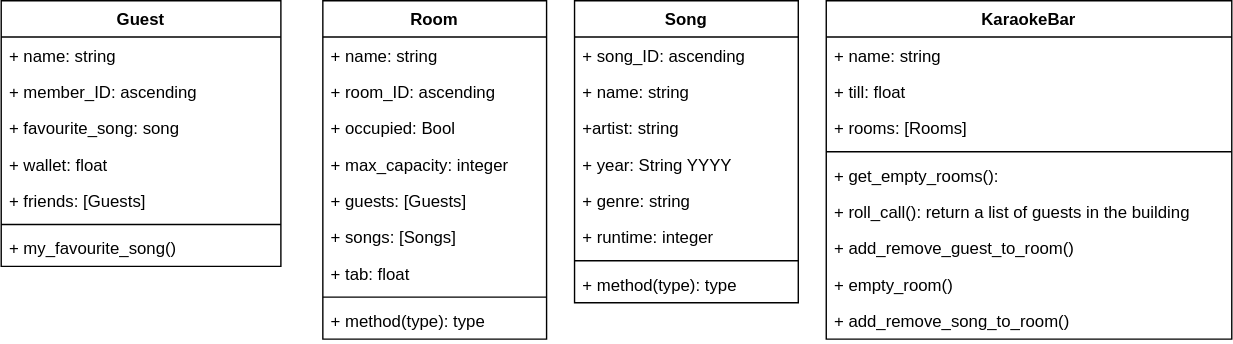
This is classes and planning.drawio.svg from randomlyalex-codeclan/CCC, a draw.io export, as it was before one commit. Source tidied: cells renumbered, new cells last; positions are measured from the earlier drawing's top-left corner, leaving out a move shared by most shapes.
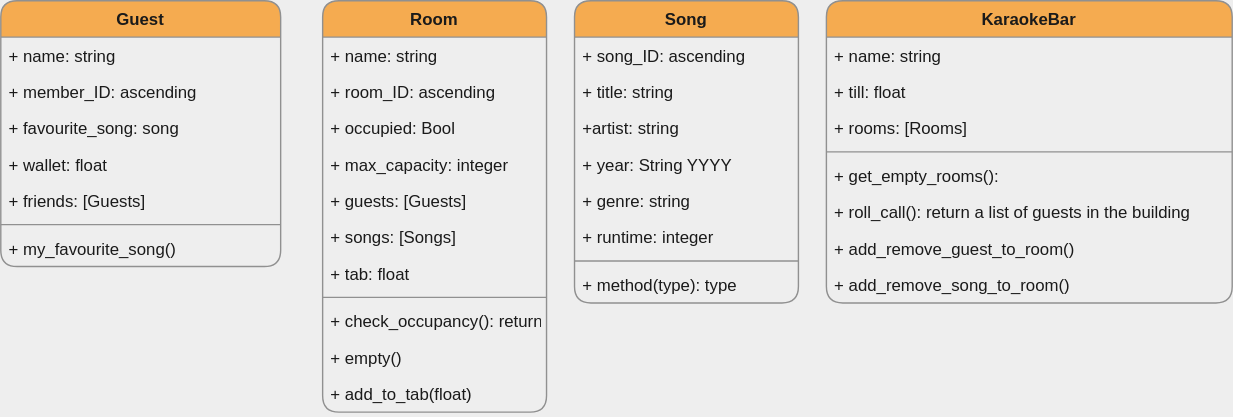
Above is the later version.

Commit message:
room tests and code added to

The edit, as a diff of the source:
```diff
@@ -1,116 +1,119 @@
-<mxGraphModel>
+<mxGraphModel background="#EEEEEE">
   <root>
     <mxCell id="0" />
     <mxCell id="1" parent="0" />
-    <mxCell id="2" value="Room" style="swimlane;fontStyle=1;align=center;verticalAlign=top;horizontal=1;startSize=26;" parent="1" vertex="1">
-      <mxGeometry x="230" width="160" height="242" as="geometry" />
+    <mxCell id="2" value="Room" style="swimlane;fontStyle=1;align=center;verticalAlign=top;horizontal=1;startSize=26;rounded=1;fillColor=#F5AB50;strokeColor=#909090;fontColor=#1A1A1A;" parent="1" vertex="1">
+      <mxGeometry x="230" width="160" height="294" as="geometry" />
     </mxCell>
-    <mxCell id="3" value="+ name: string" style="text;strokeColor=none;fillColor=none;align=left;verticalAlign=top;spacingLeft=4;spacingRight=4;overflow=hidden;" parent="2" vertex="1">
+    <mxCell id="3" value="+ name: string" style="text;strokeColor=none;fillColor=none;align=left;verticalAlign=top;spacingLeft=4;spacingRight=4;overflow=hidden;rounded=1;fontColor=#1A1A1A;" parent="2" vertex="1">
       <mxGeometry y="26" width="160" height="26" as="geometry" />
     </mxCell>
-    <mxCell id="4" value="+ room_ID: ascending" style="text;strokeColor=none;fillColor=none;align=left;verticalAlign=top;spacingLeft=4;spacingRight=4;overflow=hidden;" parent="2" vertex="1">
+    <mxCell id="4" value="+ room_ID: ascending" style="text;strokeColor=none;fillColor=none;align=left;verticalAlign=top;spacingLeft=4;spacingRight=4;overflow=hidden;rounded=1;fontColor=#1A1A1A;" parent="2" vertex="1">
       <mxGeometry y="52" width="160" height="26" as="geometry" />
     </mxCell>
-    <mxCell id="5" value="+ occupied: Bool" style="text;strokeColor=none;fillColor=none;align=left;verticalAlign=top;spacingLeft=4;spacingRight=4;overflow=hidden;" parent="2" vertex="1">
+    <mxCell id="5" value="+ occupied: Bool" style="text;strokeColor=none;fillColor=none;align=left;verticalAlign=top;spacingLeft=4;spacingRight=4;overflow=hidden;rounded=1;fontColor=#1A1A1A;" parent="2" vertex="1">
       <mxGeometry y="78" width="160" height="26" as="geometry" />
     </mxCell>
-    <mxCell id="6" value="+ max_capacity: integer" style="text;strokeColor=none;fillColor=none;align=left;verticalAlign=top;spacingLeft=4;spacingRight=4;overflow=hidden;" parent="2" vertex="1">
+    <mxCell id="6" value="+ max_capacity: integer" style="text;strokeColor=none;fillColor=none;align=left;verticalAlign=top;spacingLeft=4;spacingRight=4;overflow=hidden;rounded=1;fontColor=#1A1A1A;" parent="2" vertex="1">
       <mxGeometry y="104" width="160" height="26" as="geometry" />
     </mxCell>
-    <mxCell id="7" value="+ guests: [Guests]" style="text;strokeColor=none;fillColor=none;align=left;verticalAlign=top;spacingLeft=4;spacingRight=4;overflow=hidden;" parent="2" vertex="1">
+    <mxCell id="7" value="+ guests: [Guests]" style="text;strokeColor=none;fillColor=none;align=left;verticalAlign=top;spacingLeft=4;spacingRight=4;overflow=hidden;rounded=1;fontColor=#1A1A1A;" parent="2" vertex="1">
       <mxGeometry y="130" width="160" height="26" as="geometry" />
     </mxCell>
-    <mxCell id="8" value="+ songs: [Songs]" style="text;strokeColor=none;fillColor=none;align=left;verticalAlign=top;spacingLeft=4;spacingRight=4;overflow=hidden;" parent="2" vertex="1">
+    <mxCell id="8" value="+ songs: [Songs]" style="text;strokeColor=none;fillColor=none;align=left;verticalAlign=top;spacingLeft=4;spacingRight=4;overflow=hidden;rounded=1;fontColor=#1A1A1A;" parent="2" vertex="1">
       <mxGeometry y="156" width="160" height="26" as="geometry" />
     </mxCell>
-    <mxCell id="9" value="+ tab: float" style="text;strokeColor=none;fillColor=none;align=left;verticalAlign=top;spacingLeft=4;spacingRight=4;overflow=hidden;" parent="2" vertex="1">
+    <mxCell id="9" value="+ tab: float" style="text;strokeColor=none;fillColor=none;align=left;verticalAlign=top;spacingLeft=4;spacingRight=4;overflow=hidden;rounded=1;fontColor=#1A1A1A;" parent="2" vertex="1">
       <mxGeometry y="182" width="160" height="26" as="geometry" />
     </mxCell>
-    <mxCell id="10" style="line;strokeWidth=1;fillColor=none;align=left;verticalAlign=middle;spacingTop=-1;spacingLeft=3;spacingRight=3;labelPosition=right;" parent="2" vertex="1">
+    <mxCell id="10" style="line;strokeWidth=1;fillColor=none;align=left;verticalAlign=middle;spacingTop=-1;spacingLeft=3;spacingRight=3;labelPosition=right;rounded=1;labelBackgroundColor=#EEEEEE;strokeColor=#909090;fontColor=#1A1A1A;" parent="2" vertex="1">
       <mxGeometry y="208" width="160" height="8" as="geometry" />
     </mxCell>
-    <mxCell id="11" value="+ method(type): type" style="text;strokeColor=none;fillColor=none;align=left;verticalAlign=top;spacingLeft=4;spacingRight=4;overflow=hidden;" parent="2" vertex="1">
+    <mxCell id="11" value="+ check_occupancy(): returns Bool" style="text;strokeColor=none;fillColor=none;align=left;verticalAlign=top;spacingLeft=4;spacingRight=4;overflow=hidden;rounded=1;fontColor=#1A1A1A;" parent="2" vertex="1">
       <mxGeometry y="216" width="160" height="26" as="geometry" />
     </mxCell>
+    <mxCell id="39" value="+ empty()" style="text;strokeColor=none;fillColor=none;align=left;verticalAlign=top;spacingLeft=4;spacingRight=4;overflow=hidden;rounded=1;fontColor=#1A1A1A;" parent="2" vertex="1">
+      <mxGeometry y="242" width="160" height="26" as="geometry" />
+    </mxCell>
+    <mxCell id="40" value="+ add_to_tab(float)" style="text;strokeColor=none;fillColor=none;align=left;verticalAlign=top;spacingLeft=4;spacingRight=4;overflow=hidden;rounded=1;fontColor=#1A1A1A;" parent="2" vertex="1">
+      <mxGeometry y="268" width="160" height="26" as="geometry" />
+    </mxCell>
-    <mxCell id="12" value="Song" style="swimlane;fontStyle=1;align=center;verticalAlign=top;horizontal=1;startSize=26;" parent="1" vertex="1">
+    <mxCell id="12" value="Song" style="swimlane;fontStyle=1;align=center;verticalAlign=top;horizontal=1;startSize=26;rounded=1;fillColor=#F5AB50;strokeColor=#909090;fontColor=#1A1A1A;" parent="1" vertex="1">
       <mxGeometry x="410" width="160" height="216" as="geometry" />
     </mxCell>
-    <mxCell id="13" value="+ song_ID: ascending" style="text;strokeColor=none;fillColor=none;align=left;verticalAlign=top;spacingLeft=4;spacingRight=4;overflow=hidden;" parent="12" vertex="1">
+    <mxCell id="13" value="+ song_ID: ascending" style="text;strokeColor=none;fillColor=none;align=left;verticalAlign=top;spacingLeft=4;spacingRight=4;overflow=hidden;rounded=1;fontColor=#1A1A1A;" parent="12" vertex="1">
       <mxGeometry y="26" width="160" height="26" as="geometry" />
     </mxCell>
-    <mxCell id="14" value="+ name: string" style="text;strokeColor=none;fillColor=none;align=left;verticalAlign=top;spacingLeft=4;spacingRight=4;overflow=hidden;" parent="12" vertex="1">
+    <mxCell id="14" value="+ title: string" style="text;strokeColor=none;fillColor=none;align=left;verticalAlign=top;spacingLeft=4;spacingRight=4;overflow=hidden;rounded=1;fontColor=#1A1A1A;" parent="12" vertex="1">
       <mxGeometry y="52" width="160" height="26" as="geometry" />
     </mxCell>
-    <mxCell id="15" value="+artist: string&#10;" style="text;strokeColor=none;fillColor=none;align=left;verticalAlign=top;spacingLeft=4;spacingRight=4;overflow=hidden;" parent="12" vertex="1">
+    <mxCell id="15" value="+artist: string&#10;" style="text;strokeColor=none;fillColor=none;align=left;verticalAlign=top;spacingLeft=4;spacingRight=4;overflow=hidden;rounded=1;fontColor=#1A1A1A;" parent="12" vertex="1">
       <mxGeometry y="78" width="160" height="26" as="geometry" />
     </mxCell>
-    <mxCell id="16" value="+ year: String YYYY" style="text;strokeColor=none;fillColor=none;align=left;verticalAlign=top;spacingLeft=4;spacingRight=4;overflow=hidden;" parent="12" vertex="1">
+    <mxCell id="16" value="+ year: String YYYY" style="text;strokeColor=none;fillColor=none;align=left;verticalAlign=top;spacingLeft=4;spacingRight=4;overflow=hidden;rounded=1;fontColor=#1A1A1A;" parent="12" vertex="1">
       <mxGeometry y="104" width="160" height="26" as="geometry" />
     </mxCell>
-    <mxCell id="17" value="+ genre: string" style="text;strokeColor=none;fillColor=none;align=left;verticalAlign=top;spacingLeft=4;spacingRight=4;overflow=hidden;" parent="12" vertex="1">
+    <mxCell id="17" value="+ genre: string" style="text;strokeColor=none;fillColor=none;align=left;verticalAlign=top;spacingLeft=4;spacingRight=4;overflow=hidden;rounded=1;fontColor=#1A1A1A;" parent="12" vertex="1">
       <mxGeometry y="130" width="160" height="26" as="geometry" />
     </mxCell>
-    <mxCell id="18" value="+ runtime: integer" style="text;strokeColor=none;fillColor=none;align=left;verticalAlign=top;spacingLeft=4;spacingRight=4;overflow=hidden;" parent="12" vertex="1">
+    <mxCell id="18" value="+ runtime: integer" style="text;strokeColor=none;fillColor=none;align=left;verticalAlign=top;spacingLeft=4;spacingRight=4;overflow=hidden;rounded=1;fontColor=#1A1A1A;" parent="12" vertex="1">
       <mxGeometry y="156" width="160" height="26" as="geometry" />
     </mxCell>
-    <mxCell id="19" style="line;strokeWidth=1;fillColor=none;align=left;verticalAlign=middle;spacingTop=-1;spacingLeft=3;spacingRight=3;labelPosition=right;" parent="12" vertex="1">
+    <mxCell id="19" style="line;strokeWidth=1;fillColor=none;align=left;verticalAlign=middle;spacingTop=-1;spacingLeft=3;spacingRight=3;labelPosition=right;rounded=1;labelBackgroundColor=#EEEEEE;strokeColor=#909090;fontColor=#1A1A1A;" parent="12" vertex="1">
       <mxGeometry y="182" width="160" height="8" as="geometry" />
     </mxCell>
-    <mxCell id="20" value="+ method(type): type" style="text;strokeColor=none;fillColor=none;align=left;verticalAlign=top;spacingLeft=4;spacingRight=4;overflow=hidden;" parent="12" vertex="1">
+    <mxCell id="20" value="+ method(type): type" style="text;strokeColor=none;fillColor=none;align=left;verticalAlign=top;spacingLeft=4;spacingRight=4;overflow=hidden;rounded=1;fontColor=#1A1A1A;" parent="12" vertex="1">
       <mxGeometry y="190" width="160" height="26" as="geometry" />
     </mxCell>
-    <mxCell id="21" value="KaraokeBar" style="swimlane;fontStyle=1;align=center;verticalAlign=top;horizontal=1;startSize=26;" parent="1" vertex="1">
-      <mxGeometry x="590" width="290" height="242" as="geometry" />
+    <mxCell id="21" value="KaraokeBar" style="swimlane;fontStyle=1;align=center;verticalAlign=top;horizontal=1;startSize=26;rounded=1;fillColor=#F5AB50;strokeColor=#909090;fontColor=#1A1A1A;" parent="1" vertex="1">
+      <mxGeometry x="590" width="290" height="216" as="geometry" />
     </mxCell>
-    <mxCell id="22" value="+ name: string" style="text;strokeColor=none;fillColor=none;align=left;verticalAlign=top;spacingLeft=4;spacingRight=4;overflow=hidden;" parent="21" vertex="1">
+    <mxCell id="22" value="+ name: string" style="text;strokeColor=none;fillColor=none;align=left;verticalAlign=top;spacingLeft=4;spacingRight=4;overflow=hidden;rounded=1;fontColor=#1A1A1A;" parent="21" vertex="1">
       <mxGeometry y="26" width="290" height="26" as="geometry" />
     </mxCell>
-    <mxCell id="23" value="+ till: float" style="text;strokeColor=none;fillColor=none;align=left;verticalAlign=top;spacingLeft=4;spacingRight=4;overflow=hidden;" parent="21" vertex="1">
+    <mxCell id="23" value="+ till: float" style="text;strokeColor=none;fillColor=none;align=left;verticalAlign=top;spacingLeft=4;spacingRight=4;overflow=hidden;rounded=1;fontColor=#1A1A1A;" parent="21" vertex="1">
       <mxGeometry y="52" width="290" height="26" as="geometry" />
     </mxCell>
-    <mxCell id="24" value="+ rooms: [Rooms]" style="text;strokeColor=none;fillColor=none;align=left;verticalAlign=top;spacingLeft=4;spacingRight=4;overflow=hidden;" parent="21" vertex="1">
+    <mxCell id="24" value="+ rooms: [Rooms]" style="text;strokeColor=none;fillColor=none;align=left;verticalAlign=top;spacingLeft=4;spacingRight=4;overflow=hidden;rounded=1;fontColor=#1A1A1A;" parent="21" vertex="1">
       <mxGeometry y="78" width="290" height="26" as="geometry" />
     </mxCell>
-    <mxCell id="25" style="line;strokeWidth=1;fillColor=none;align=left;verticalAlign=middle;spacingTop=-1;spacingLeft=3;spacingRight=3;labelPosition=right;" parent="21" vertex="1">
+    <mxCell id="25" style="line;strokeWidth=1;fillColor=none;align=left;verticalAlign=middle;spacingTop=-1;spacingLeft=3;spacingRight=3;labelPosition=right;rounded=1;labelBackgroundColor=#EEEEEE;strokeColor=#909090;fontColor=#1A1A1A;" parent="21" vertex="1">
       <mxGeometry y="104" width="290" height="8" as="geometry" />
     </mxCell>
-    <mxCell id="26" value="+ get_empty_rooms():" style="text;strokeColor=none;fillColor=none;align=left;verticalAlign=top;spacingLeft=4;spacingRight=4;overflow=hidden;" parent="21" vertex="1">
+    <mxCell id="26" value="+ get_empty_rooms():" style="text;strokeColor=none;fillColor=none;align=left;verticalAlign=top;spacingLeft=4;spacingRight=4;overflow=hidden;rounded=1;fontColor=#1A1A1A;" parent="21" vertex="1">
       <mxGeometry y="112" width="290" height="26" as="geometry" />
     </mxCell>
-    <mxCell id="27" value="+ roll_call(): return a list of guests in the building" style="text;strokeColor=none;fillColor=none;align=left;verticalAlign=top;spacingLeft=4;spacingRight=4;overflow=hidden;" parent="21" vertex="1">
+    <mxCell id="27" value="+ roll_call(): return a list of guests in the building" style="text;strokeColor=none;fillColor=none;align=left;verticalAlign=top;spacingLeft=4;spacingRight=4;overflow=hidden;rounded=1;fontColor=#1A1A1A;" parent="21" vertex="1">
       <mxGeometry y="138" width="290" height="26" as="geometry" />
     </mxCell>
-    <mxCell id="28" value="+ add_remove_guest_to_room()" style="text;strokeColor=none;fillColor=none;align=left;verticalAlign=top;spacingLeft=4;spacingRight=4;overflow=hidden;" parent="21" vertex="1">
+    <mxCell id="28" value="+ add_remove_guest_to_room()" style="text;strokeColor=none;fillColor=none;align=left;verticalAlign=top;spacingLeft=4;spacingRight=4;overflow=hidden;rounded=1;fontColor=#1A1A1A;" parent="21" vertex="1">
       <mxGeometry y="164" width="290" height="26" as="geometry" />
     </mxCell>
-    <mxCell id="29" value="+ empty_room()&#10;" style="text;strokeColor=none;fillColor=none;align=left;verticalAlign=top;spacingLeft=4;spacingRight=4;overflow=hidden;" parent="21" vertex="1">
-      <mxGeometry y="190" width="290" height="26" as="geometry" />
-    </mxCell>
-    <mxCell id="30" value="+ add_remove_song_to_room()" style="text;strokeColor=none;fillColor=none;align=left;verticalAlign=top;spacingLeft=4;spacingRight=4;overflow=hidden;" parent="21" vertex="1">
-      <mxGeometry y="216" width="290" height="26" as="geometry" />
+    <mxCell id="30" value="+ add_remove_song_to_room()" style="text;strokeColor=none;fillColor=none;align=left;verticalAlign=top;spacingLeft=4;spacingRight=4;overflow=hidden;rounded=1;fontColor=#1A1A1A;" parent="21" vertex="1">
+      <mxGeometry y="190" width="290" height="26" as="geometry" />
     </mxCell>
-    <mxCell id="31" value="Guest" style="swimlane;fontStyle=1;align=center;verticalAlign=top;horizontal=1;startSize=26;" parent="1" vertex="1">
+    <mxCell id="31" value="Guest" style="swimlane;fontStyle=1;align=center;verticalAlign=top;horizontal=1;startSize=26;rounded=1;fillColor=#F5AB50;strokeColor=#909090;fontColor=#1A1A1A;" parent="1" vertex="1">
       <mxGeometry width="200" height="190" as="geometry" />
     </mxCell>
-    <mxCell id="32" value="+ name: string" style="text;strokeColor=none;fillColor=none;align=left;verticalAlign=top;spacingLeft=4;spacingRight=4;overflow=hidden;" parent="31" vertex="1">
+    <mxCell id="32" value="+ name: string" style="text;strokeColor=none;fillColor=none;align=left;verticalAlign=top;spacingLeft=4;spacingRight=4;overflow=hidden;rounded=1;fontColor=#1A1A1A;" parent="31" vertex="1">
       <mxGeometry y="26" width="200" height="26" as="geometry" />
     </mxCell>
-    <mxCell id="33" value="+ member_ID: ascending" style="text;strokeColor=none;fillColor=none;align=left;verticalAlign=top;spacingLeft=4;spacingRight=4;overflow=hidden;" parent="31" vertex="1">
+    <mxCell id="33" value="+ member_ID: ascending" style="text;strokeColor=none;fillColor=none;align=left;verticalAlign=top;spacingLeft=4;spacingRight=4;overflow=hidden;rounded=1;fontColor=#1A1A1A;" parent="31" vertex="1">
       <mxGeometry y="52" width="200" height="26" as="geometry" />
     </mxCell>
-    <mxCell id="34" value="+ favourite_song: song" style="text;strokeColor=none;fillColor=none;align=left;verticalAlign=top;spacingLeft=4;spacingRight=4;overflow=hidden;" parent="31" vertex="1">
+    <mxCell id="34" value="+ favourite_song: song" style="text;strokeColor=none;fillColor=none;align=left;verticalAlign=top;spacingLeft=4;spacingRight=4;overflow=hidden;rounded=1;fontColor=#1A1A1A;" parent="31" vertex="1">
       <mxGeometry y="78" width="200" height="26" as="geometry" />
     </mxCell>
-    <mxCell id="35" value="+ wallet: float" style="text;strokeColor=none;fillColor=none;align=left;verticalAlign=top;spacingLeft=4;spacingRight=4;overflow=hidden;" parent="31" vertex="1">
+    <mxCell id="35" value="+ wallet: float" style="text;strokeColor=none;fillColor=none;align=left;verticalAlign=top;spacingLeft=4;spacingRight=4;overflow=hidden;rounded=1;fontColor=#1A1A1A;" parent="31" vertex="1">
       <mxGeometry y="104" width="200" height="26" as="geometry" />
     </mxCell>
-    <mxCell id="36" value="+ friends: [Guests]" style="text;strokeColor=none;fillColor=none;align=left;verticalAlign=top;spacingLeft=4;spacingRight=4;overflow=hidden;" parent="31" vertex="1">
+    <mxCell id="36" value="+ friends: [Guests]" style="text;strokeColor=none;fillColor=none;align=left;verticalAlign=top;spacingLeft=4;spacingRight=4;overflow=hidden;rounded=1;fontColor=#1A1A1A;" parent="31" vertex="1">
       <mxGeometry y="130" width="200" height="26" as="geometry" />
     </mxCell>
-    <mxCell id="37" style="line;strokeWidth=1;fillColor=none;align=left;verticalAlign=middle;spacingTop=-1;spacingLeft=3;spacingRight=3;labelPosition=right;" parent="31" vertex="1">
+    <mxCell id="37" style="line;strokeWidth=1;fillColor=none;align=left;verticalAlign=middle;spacingTop=-1;spacingLeft=3;spacingRight=3;labelPosition=right;rounded=1;labelBackgroundColor=#EEEEEE;strokeColor=#909090;fontColor=#1A1A1A;" parent="31" vertex="1">
       <mxGeometry y="156" width="200" height="8" as="geometry" />
     </mxCell>
-    <mxCell id="38" value="+ my_favourite_song()" style="text;strokeColor=none;fillColor=none;align=left;verticalAlign=top;spacingLeft=4;spacingRight=4;overflow=hidden;" parent="31" vertex="1">
+    <mxCell id="38" value="+ my_favourite_song()" style="text;strokeColor=none;fillColor=none;align=left;verticalAlign=top;spacingLeft=4;spacingRight=4;overflow=hidden;rounded=1;fontColor=#1A1A1A;" parent="31" vertex="1">
       <mxGeometry y="164" width="200" height="26" as="geometry" />
     </mxCell>
   </root>
```
